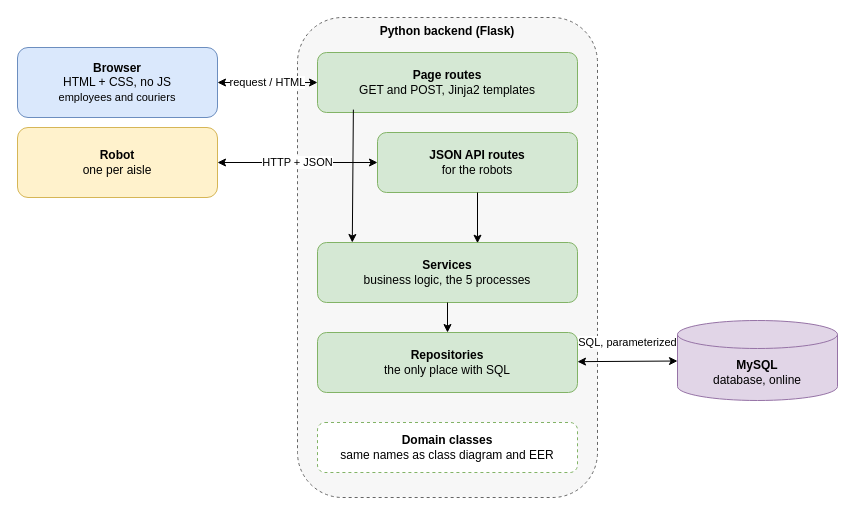
ViktorQorri/Project-Timaflu keeps this draw.io diagram as Documentation/Architecture/architecture.drawio. Above is the earlier version. Source tidied: cells renumbered, new cells numbered last; positions are measured from the earlier drawing's top-left corner, leaving out a move shared by most shapes. Both pictures are drawn from the tidied source at 100%, with x=0, y=0 at pixel (17, 17).
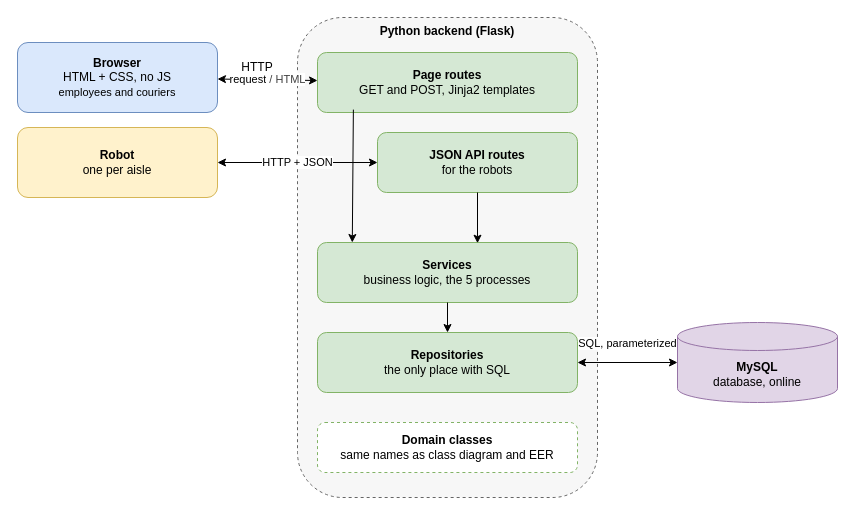
After the change.

Commit message (it also covers changes not shown here):
Add repository documentation with examples and clarify their role in database access

What changed in the source:
```diff
@@
 <mxGraphModel>
   <root>
     <mxCell id="0" />
     <mxCell id="1" parent="0" />
     <mxCell id="2" value="Python backend (Flask)" style="rounded=1;whiteSpace=wrap;html=1;dashed=1;fillColor=#f7f7f7;strokeColor=#666666;verticalAlign=top;fontStyle=1;" parent="1" vertex="1">
       <mxGeometry x="280" width="300" height="480" as="geometry" />
     </mxCell>
     <mxCell id="3" value="&lt;b&gt;Browser&lt;/b&gt;&lt;br&gt;HTML + CSS, no JS&lt;br&gt;&lt;font style=&quot;font-size: 11px&quot;&gt;employees and couriers&lt;/font&gt;" style="rounded=1;whiteSpace=wrap;html=1;fillColor=#dae8fc;strokeColor=#6c8ebf;" parent="1" vertex="1">
-      <mxGeometry y="30" width="200" height="70" as="geometry" />
+      <mxGeometry y="25" width="200" height="70" as="geometry" />
     </mxCell>
     <mxCell id="4" value="&lt;b&gt;Robot&lt;/b&gt;&lt;br&gt;one per aisle" style="rounded=1;whiteSpace=wrap;html=1;fillColor=#fff2cc;strokeColor=#d6b656;" parent="1" vertex="1">
       <mxGeometry y="110" width="200" height="70" as="geometry" />
     </mxCell>
     <mxCell id="5" value="&lt;b&gt;Page routes&lt;/b&gt;&lt;br&gt;&lt;font style=&quot;font-size: 12px&quot;&gt;GET and POST, Jinja2 templates&lt;/font&gt;" style="rounded=1;whiteSpace=wrap;html=1;fillColor=#d5e8d4;strokeColor=#82b366;" parent="1" vertex="1">
       <mxGeometry x="300" y="35" width="260" height="60" as="geometry" />
     </mxCell>
     <mxCell id="6" value="&lt;b&gt;JSON API routes&lt;/b&gt;&lt;br&gt;&lt;font style=&quot;font-size: 12px&quot;&gt;for the robots&lt;/font&gt;" style="rounded=1;whiteSpace=wrap;html=1;fillColor=#d5e8d4;strokeColor=#82b366;" parent="1" vertex="1">
       <mxGeometry x="360" y="115" width="200" height="60" as="geometry" />
     </mxCell>
     <mxCell id="7" value="&lt;b&gt;Services&lt;/b&gt;&lt;br&gt;&lt;font style=&quot;font-size: 12px&quot;&gt;business logic, the 5 processes&lt;/font&gt;" style="rounded=1;whiteSpace=wrap;html=1;fillColor=#d5e8d4;strokeColor=#82b366;" parent="1" vertex="1">
       <mxGeometry x="300" y="225" width="260" height="60" as="geometry" />
     </mxCell>
     <mxCell id="8" value="&lt;b&gt;Repositories&lt;/b&gt;&lt;br&gt;&lt;font style=&quot;font-size: 12px&quot;&gt;the only place with SQL&lt;/font&gt;" style="rounded=1;whiteSpace=wrap;html=1;fillColor=#d5e8d4;strokeColor=#82b366;" parent="1" vertex="1">
       <mxGeometry x="300" y="315" width="260" height="60" as="geometry" />
     </mxCell>
     <mxCell id="9" value="&lt;b&gt;Domain classes&lt;/b&gt;&lt;br&gt;&lt;font style=&quot;font-size: 12px&quot;&gt;same names as class diagram and EER&lt;/font&gt;" style="rounded=1;whiteSpace=wrap;html=1;dashed=1;fillColor=#ffffff;strokeColor=#82b366;" parent="1" vertex="1">
       <mxGeometry x="300" y="405" width="260" height="50" as="geometry" />
     </mxCell>
     <mxCell id="10" value="&lt;b&gt;MySQL&lt;/b&gt;&lt;br&gt;&lt;font style=&quot;font-size: 12px&quot;&gt;database, online&lt;/font&gt;" style="shape=cylinder3;whiteSpace=wrap;html=1;boundedLbl=1;backgroundOutline=1;size=14;fillColor=#e1d5e7;strokeColor=#9673a6;" parent="1" vertex="1">
-      <mxGeometry x="660" y="303" width="160" height="80" as="geometry" />
+      <mxGeometry x="660" y="305" width="160" height="80" as="geometry" />
     </mxCell>
-    <mxCell id="11" value="request / HTML" style="endArrow=classic;startArrow=classic;html=1;fontSize=11;" parent="1" edge="1" source="3" target="5">
+    <mxCell id="11" value="request&lt;span style=&quot;color: rgb(63, 63, 63); background-color: light-dark(#ffffff, var(--ge-dark-color, #121212));&quot;&gt;&amp;nbsp;/ HTML&lt;/span&gt;" style="endArrow=classic;startArrow=classic;html=1;fontSize=11;" parent="1" edge="1" source="3" target="5">
       <mxGeometry relative="1" as="geometry" />
     </mxCell>
     <mxCell id="12" value="HTTP + JSON" style="endArrow=classic;startArrow=classic;html=1;fontSize=11;" parent="1" edge="1" source="4" target="6">
       <mxGeometry relative="1" as="geometry" />
     </mxCell>
     <mxCell id="13" style="endArrow=classic;html=1;exitX=0.138;exitY=0.952;exitDx=0;exitDy=0;exitPerimeter=0;" parent="1" edge="1" source="5">
       <mxGeometry relative="1" as="geometry">
         <mxPoint x="334.8" y="225" as="targetPoint" />
       </mxGeometry>
     </mxCell>
     <mxCell id="14" style="endArrow=classic;html=1;" parent="1" edge="1" source="6">
       <mxGeometry relative="1" as="geometry">
         <mxPoint x="460" y="225.7" as="targetPoint" />
       </mxGeometry>
     </mxCell>
     <mxCell id="15" style="endArrow=classic;html=1;" parent="1" edge="1" source="7" target="8">
       <mxGeometry relative="1" as="geometry" />
     </mxCell>
     <mxCell id="16" value="SQL, parameterized" style="endArrow=classic;startArrow=classic;html=1;fontSize=11;" parent="1" edge="1" source="8" target="10">
       <mxGeometry y="19" relative="1" as="geometry" />
     </mxCell>
+    <mxCell id="17" value="HTTP" style="text;html=1;whiteSpace=wrap;strokeColor=none;fillColor=none;align=center;verticalAlign=middle;rounded=0;" parent="1" vertex="1">
+      <mxGeometry x="210" y="35" width="60" height="30" as="geometry" />
+    </mxCell>
   </root>
 </mxGraphModel>
```
